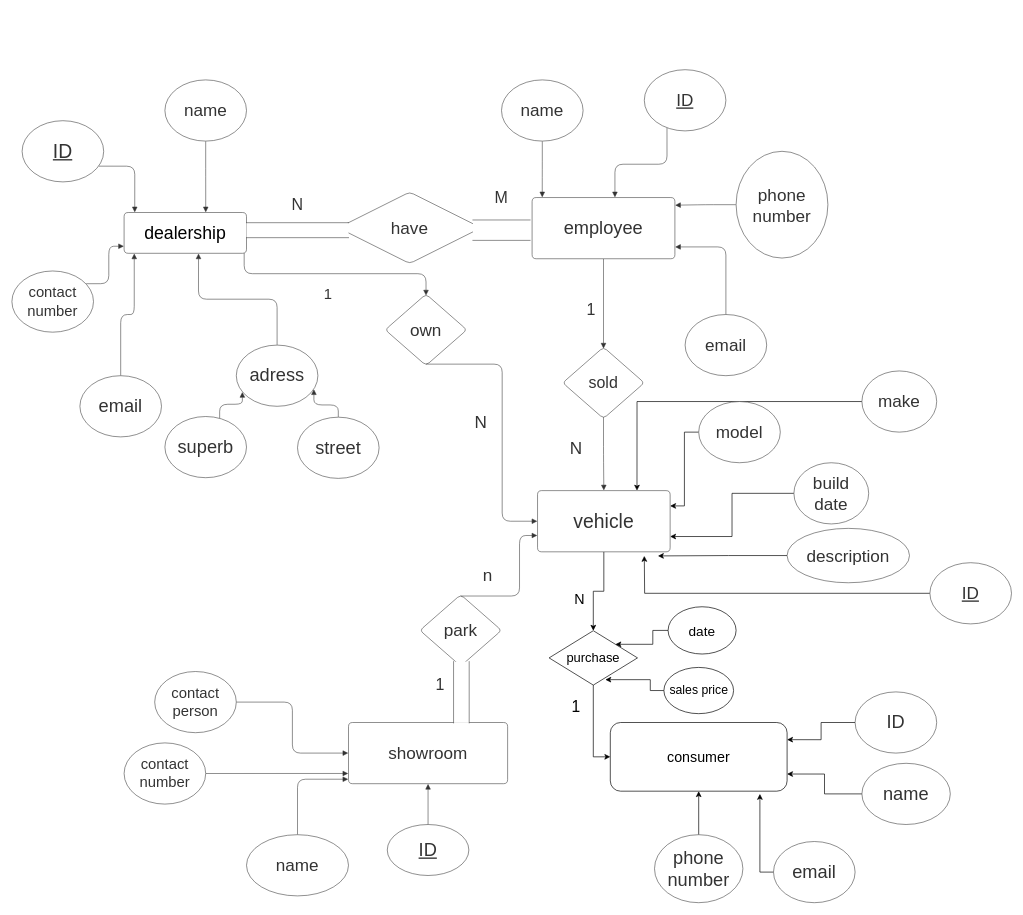
Before: Untitled Diagram.drawio in bekon-official/COMP9311, a draw.io diagram. Source tidied: cells renumbered, new cells numbered last; positions are measured from the earlier drawing's top-left corner, leaving out a move shared by most shapes. Both pictures are drawn from the tidied source at 68%, with x=0, y=0 at pixel (12, 69).
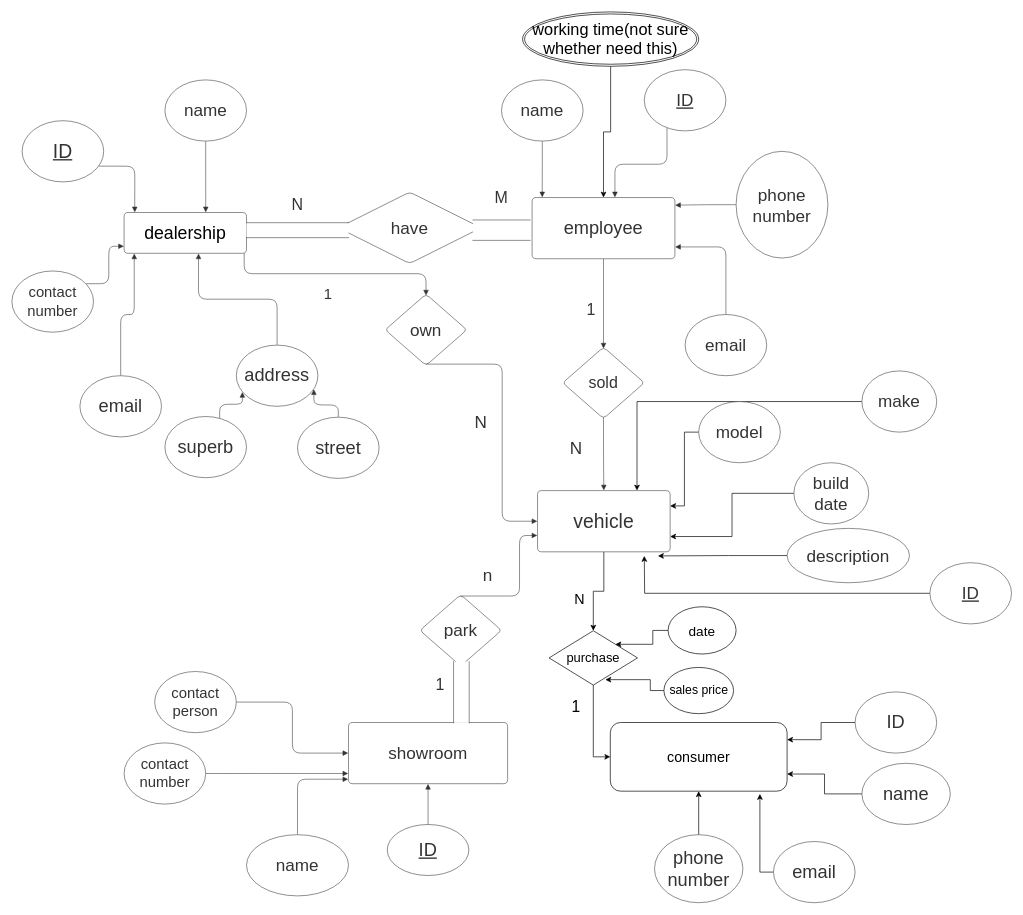
The same diagram, later.

The change refers to these unchanged cells:
```xml
<mxCell id="19" value="employee" style="html=1;overflow=block;blockSpacing=1;whiteSpace=wrap;whiteSpace=wrap;fontSize=26.8;fontColor=#333333;align=center;spacing=3.8;strokeColor=#333333;strokeOpacity=100;fillOpacity=100;rounded=1;absoluteArcSize=1;arcSize=12;fillColor=#ffffff;strokeWidth=0.8;" parent="1" vertex="1">
  <mxGeometry x="765" y="188" width="210" height="90" as="geometry" />
</mxCell>
```

What changed in the source:
```diff
@@
-    <mxCell id="12" value="adress" style="html=1;overflow=block;blockSpacing=1;whiteSpace=wrap;ellipse;whiteSpace=wrap;fontSize=26.8;fontColor=#333333;align=center;spacing=3.8;strokeColor=#333333;strokeOpacity=100;fillOpacity=100;rounded=1;absoluteArcSize=1;arcSize=12;fillColor=#ffffff;strokeWidth=0.8;" parent="1" vertex="1">
+    <mxCell id="12" value="address" style="html=1;overflow=block;blockSpacing=1;whiteSpace=wrap;ellipse;whiteSpace=wrap;fontSize=26.8;fontColor=#333333;align=center;spacing=3.8;strokeColor=#333333;strokeOpacity=100;fillOpacity=100;rounded=1;absoluteArcSize=1;arcSize=12;fillColor=#ffffff;strokeWidth=0.8;" parent="1" vertex="1">
       <mxGeometry x="330" y="405" width="120" height="90" as="geometry" />
     </mxCell>
@@
+    <mxCell id="84" style="edgeStyle=orthogonalEdgeStyle;rounded=0;jettySize=auto;html=1;exitX=0.5;exitY=1;exitDx=0;exitDy=0;" parent="1" edge="1" source="85" target="19">
+      <mxGeometry relative="1" as="geometry" />
+    </mxCell>
+    <mxCell id="85" value="&lt;font style=&quot;font-size: 24px&quot;&gt;working time(not sure whether need this)&lt;/font&gt;" style="ellipse;shape=doubleEllipse;margin=3;whiteSpace=wrap;html=1;align=center;" parent="1" vertex="1">
+      <mxGeometry x="751" y="-85" width="259" height="80" as="geometry" />
+    </mxCell>
```
